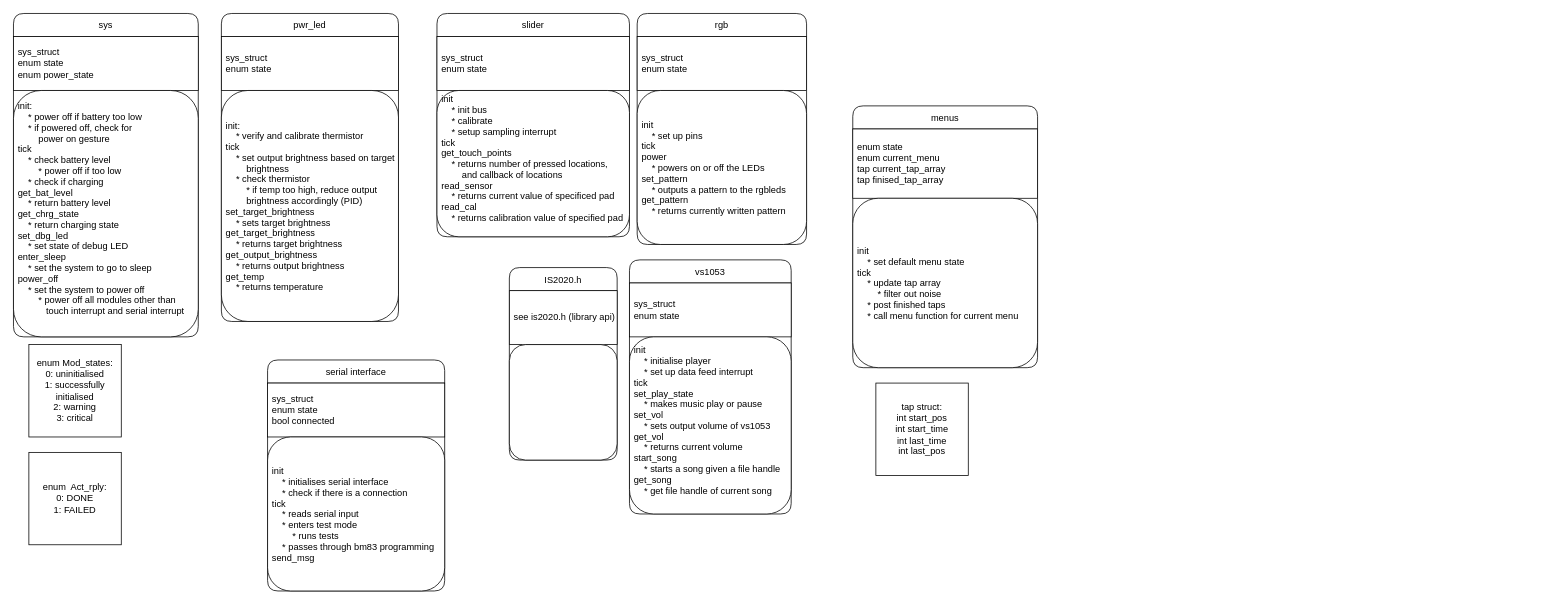
Above: V2/code/M0 firmware/program layout.drawio in Scaniox/Glassphones (draw.io), before the change. Source tidied: cells renumbered, new cells numbered last; positions are measured from the earlier drawing's top-left corner, leaving out a move shared by most shapes. Both pictures are drawn from the tidied source at 77%, with x=0, y=0 at pixel (13, 13).
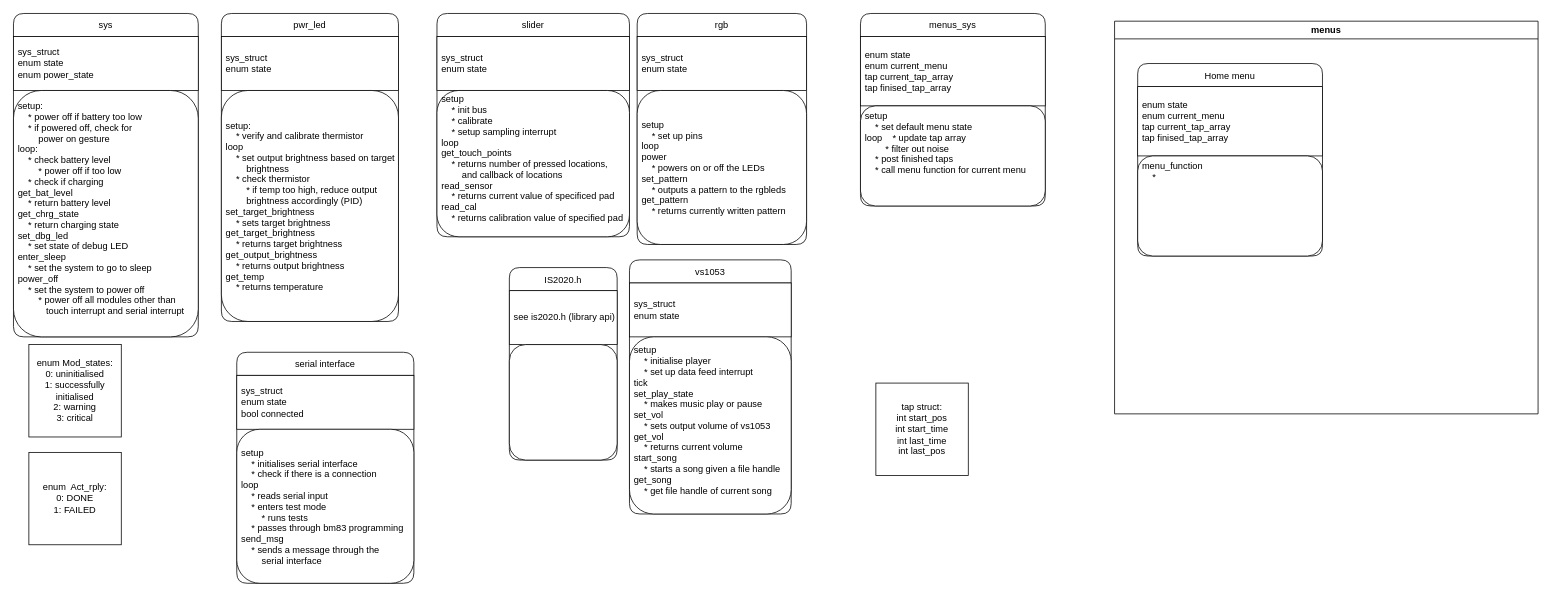
The same diagram, later.

Commit message (it also covers changes not shown here):
just make the modules globals!

The change refers to these unchanged cells:
```xml
<mxCell id="6" value="sys" style="swimlane;fontStyle=0;horizontal=1;startSize=30;rounded=1;swimlaneFillColor=default;" parent="1" vertex="1">
  <mxGeometry width="240" height="420" as="geometry" />
</mxCell>
<mxCell id="9" value="pwr_led" style="swimlane;fontStyle=0;horizontal=1;startSize=30;rounded=1;swimlaneFillColor=default;" parent="1" vertex="1">
  <mxGeometry x="270" width="230" height="400" as="geometry" />
</mxCell>
<mxCell id="12" value="vs1053" style="swimlane;fontStyle=0;horizontal=1;startSize=30;rounded=1;swimlaneFillColor=default;" parent="1" vertex="1">
  <mxGeometry x="800" y="320" width="210" height="330" as="geometry" />
</mxCell>
<mxCell id="15" value="rgb" style="swimlane;fontStyle=0;horizontal=1;startSize=30;rounded=1;swimlaneFillColor=default;" parent="1" vertex="1">
  <mxGeometry x="810" width="220" height="300" as="geometry" />
</mxCell>
<mxCell id="21" value="slider" style="swimlane;fontStyle=0;horizontal=1;startSize=30;rounded=1;swimlaneFillColor=default;" parent="1" vertex="1">
  <mxGeometry x="550" width="250" height="290" as="geometry" />
</mxCell>
```

The edit, as a diff of the source:
```diff
@@
-    <mxCell id="8" value="init:&#10;    * power off if battery too low&#10;    * if powered off, check for &#10;        power on gesture&#10;tick&#10;    * check battery level&#10;        * power off if too low&#10;    * check if charging&#10;get_bat_level&#10;    * return battery level&#10;get_chrg_state&#10;    * return charging state&#10;set_dbg_led&#10;    * set state of debug LED&#10;enter_sleep&#10;    * set the system to go to sleep&#10;power_off&#10;    * set the system to power off&#10;        * power off all modules other than &#10;           touch interrupt and serial interrupt&#10;" style="text;strokeColor=default;fillColor=default;align=left;verticalAlign=middle;spacingLeft=4;spacingRight=4;overflow=hidden;rounded=1;shadow=0;" parent="6" vertex="1">
+    <mxCell id="8" value="setup:&#10;    * power off if battery too low&#10;    * if powered off, check for &#10;        power on gesture&#10;loop:&#10;    * check battery level&#10;        * power off if too low&#10;    * check if charging&#10;get_bat_level&#10;    * return battery level&#10;get_chrg_state&#10;    * return charging state&#10;set_dbg_led&#10;    * set state of debug LED&#10;enter_sleep&#10;    * set the system to go to sleep&#10;power_off&#10;    * set the system to power off&#10;        * power off all modules other than &#10;           touch interrupt and serial interrupt&#10;" style="text;strokeColor=default;fillColor=default;align=left;verticalAlign=middle;spacingLeft=4;spacingRight=4;overflow=hidden;rounded=1;shadow=0;" parent="6" vertex="1">
       <mxGeometry y="100" width="240" height="320" as="geometry" />
     </mxCell>
@@
-    <mxCell id="11" value="init:&#10;    * verify and calibrate thermistor&#10;tick&#10;    * set output brightness based on target&#10;        brightness&#10;    * check thermistor&#10;        * if temp too high, reduce output &#10;        brightness accordingly (PID)&#10;set_target_brightness&#10;    * sets target brightness&#10;get_target_brightness&#10;    * returns target brightness&#10;get_output_brightness&#10;    * returns output brightness&#10;get_temp&#10;    * returns temperature " style="text;strokeColor=default;fillColor=default;align=left;verticalAlign=middle;spacingLeft=4;spacingRight=4;overflow=hidden;rounded=1;shadow=0;" parent="9" vertex="1">
+    <mxCell id="11" value="setup:&#10;    * verify and calibrate thermistor&#10;loop&#10;    * set output brightness based on target&#10;        brightness&#10;    * check thermistor&#10;        * if temp too high, reduce output &#10;        brightness accordingly (PID)&#10;set_target_brightness&#10;    * sets target brightness&#10;get_target_brightness&#10;    * returns target brightness&#10;get_output_brightness&#10;    * returns output brightness&#10;get_temp&#10;    * returns temperature " style="text;strokeColor=default;fillColor=default;align=left;verticalAlign=middle;spacingLeft=4;spacingRight=4;overflow=hidden;rounded=1;shadow=0;" parent="9" vertex="1">
       <mxGeometry y="100" width="230" height="300" as="geometry" />
     </mxCell>
@@
-    <mxCell id="14" value="init&#10;    * initialise player&#10;    * set up data feed interrupt&#10;tick&#10;set_play_state&#10;    * makes music play or pause&#10;set_vol&#10;    * sets output volume of vs1053&#10;get_vol&#10;    * returns current volume&#10;start_song&#10;    * starts a song given a file handle&#10;get_song&#10;    * get file handle of current song&#10;" style="text;strokeColor=default;fillColor=default;align=left;verticalAlign=middle;spacingLeft=4;spacingRight=4;overflow=hidden;rounded=1;shadow=0;" parent="12" vertex="1">
+    <mxCell id="14" value="setup&#10;    * initialise player&#10;    * set up data feed interrupt&#10;tick&#10;set_play_state&#10;    * makes music play or pause&#10;set_vol&#10;    * sets output volume of vs1053&#10;get_vol&#10;    * returns current volume&#10;start_song&#10;    * starts a song given a file handle&#10;get_song&#10;    * get file handle of current song&#10;" style="text;strokeColor=default;fillColor=default;align=left;verticalAlign=middle;spacingLeft=4;spacingRight=4;overflow=hidden;rounded=1;shadow=0;" parent="12" vertex="1">
       <mxGeometry y="100" width="210" height="230" as="geometry" />
     </mxCell>
@@
-    <mxCell id="17" value="init&#10;    * set up pins&#10;tick&#10;power&#10;    * powers on or off the LEDs&#10;set_pattern&#10;    * outputs a pattern to the rgbleds&#10;get_pattern&#10;    * returns currently written pattern" style="text;strokeColor=default;fillColor=default;align=left;verticalAlign=middle;spacingLeft=4;spacingRight=4;overflow=hidden;rounded=1;shadow=0;" parent="15" vertex="1">
+    <mxCell id="17" value="setup&#10;    * set up pins&#10;loop&#10;power&#10;    * powers on or off the LEDs&#10;set_pattern&#10;    * outputs a pattern to the rgbleds&#10;get_pattern&#10;    * returns currently written pattern" style="text;strokeColor=default;fillColor=default;align=left;verticalAlign=middle;spacingLeft=4;spacingRight=4;overflow=hidden;rounded=1;shadow=0;" parent="15" vertex="1">
       <mxGeometry y="100" width="220" height="200" as="geometry" />
     </mxCell>
-    <mxCell id="18" value="menus" style="swimlane;fontStyle=0;horizontal=1;startSize=30;rounded=1;swimlaneFillColor=default;" parent="1" vertex="1">
-      <mxGeometry x="1090" y="120" width="240" height="340" as="geometry" />
+    <mxCell id="18" value="menus_sys" style="swimlane;fontStyle=0;horizontal=1;startSize=30;rounded=1;swimlaneFillColor=default;" parent="1" vertex="1">
+      <mxGeometry x="1100" width="240" height="250" as="geometry" />
     </mxCell>
@@
-    <mxCell id="20" value="init&#10;    * set default menu state&#10;tick&#10;    * update tap array&#10;        * filter out noise&#10;    * post finished taps&#10;    * call menu function for current menu" style="text;strokeColor=default;fillColor=default;align=left;verticalAlign=middle;spacingLeft=4;spacingRight=4;overflow=hidden;rounded=1;shadow=0;" parent="18" vertex="1">
-      <mxGeometry y="120" width="240" height="220" as="geometry" />
+    <mxCell id="20" value="setup&#10;    * set default menu state&#10;loop    * update tap array&#10;        * filter out noise&#10;    * post finished taps&#10;    * call menu function for current menu&#10;" style="text;strokeColor=default;fillColor=default;align=left;verticalAlign=top;spacingLeft=4;spacingRight=4;overflow=hidden;rounded=1;shadow=0;" parent="18" vertex="1">
+      <mxGeometry y="120" width="240" height="130" as="geometry" />
     </mxCell>
@@
-    <mxCell id="23" value="init&#10;    * init bus&#10;    * calibrate&#10;    * setup sampling interrupt&#10;tick&#10;get_touch_points&#10;    * returns number of pressed locations, &#10;        and callback of locations&#10;read_sensor&#10;    * returns current value of specificed pad&#10;read_cal&#10;    * returns calibration value of specified pad&#10;" style="text;strokeColor=default;fillColor=default;align=left;verticalAlign=middle;spacingLeft=4;spacingRight=4;overflow=hidden;rounded=1;shadow=0;" parent="21" vertex="1">
+    <mxCell id="23" value="setup&#10;    * init bus&#10;    * calibrate&#10;    * setup sampling interrupt&#10;loop&#10;get_touch_points&#10;    * returns number of pressed locations, &#10;        and callback of locations&#10;read_sensor&#10;    * returns current value of specificed pad&#10;read_cal&#10;    * returns calibration value of specified pad&#10;" style="text;strokeColor=default;fillColor=default;align=left;verticalAlign=middle;spacingLeft=4;spacingRight=4;overflow=hidden;rounded=1;shadow=0;" parent="21" vertex="1">
       <mxGeometry y="100" width="250" height="190" as="geometry" />
     </mxCell>
     <mxCell id="24" value="serial interface" style="swimlane;fontStyle=0;horizontal=1;startSize=30;rounded=1;swimlaneFillColor=default;" parent="1" vertex="1">
-      <mxGeometry x="330" y="450" width="230" height="300" as="geometry" />
+      <mxGeometry x="290" y="440" width="230" height="300" as="geometry" />
     </mxCell>
@@
-    <mxCell id="26" value="init&#10;    * initialises serial interface&#10;    * check if there is a connection&#10;tick&#10;    * reads serial input&#10;    * enters test mode&#10;        * runs tests&#10;    * passes through bm83 programming&#10;send_msg" style="text;strokeColor=default;fillColor=default;align=left;verticalAlign=middle;spacingLeft=4;spacingRight=4;overflow=hidden;rounded=1;shadow=0;" parent="24" vertex="1">
+    <mxCell id="26" value="setup&#10;    * initialises serial interface&#10;    * check if there is a connection&#10;loop&#10;    * reads serial input&#10;    * enters test mode&#10;        * runs tests&#10;    * passes through bm83 programming&#10;send_msg&#10;    * sends a message through the &#10;        serial interface" style="text;strokeColor=default;fillColor=default;align=left;verticalAlign=middle;spacingLeft=4;spacingRight=4;overflow=hidden;rounded=1;shadow=0;" parent="24" vertex="1">
       <mxGeometry y="100" width="230" height="200" as="geometry" />
     </mxCell>
@@
+    <mxCell id="29" value="menus" style="swimlane;whiteSpace=wrap;html=1;" parent="1" vertex="1">
+      <mxGeometry x="1430" y="10" width="550" height="510" as="geometry" />
+    </mxCell>
+    <mxCell id="30" value="Home menu" style="swimlane;fontStyle=0;horizontal=1;startSize=30;rounded=1;swimlaneFillColor=default;" parent="29" vertex="1">
+      <mxGeometry x="30" y="55" width="240" height="250" as="geometry" />
+    </mxCell>
+    <mxCell id="31" value="enum state&lt;br&gt;enum current_menu&lt;br&gt;tap current_tap_array&lt;br&gt;tap finised_tap_array" style="rounded=0;whiteSpace=wrap;html=1;align=left;spacingLeft=4;" parent="30" vertex="1">
+      <mxGeometry y="30" width="240" height="90" as="geometry" />
+    </mxCell>
+    <mxCell id="32" value="menu_function&#10;    * " style="text;strokeColor=default;fillColor=default;align=left;verticalAlign=top;spacingLeft=4;spacingRight=4;overflow=hidden;rounded=1;shadow=0;" parent="30" vertex="1">
+      <mxGeometry y="120" width="240" height="130" as="geometry" />
+    </mxCell>
```
